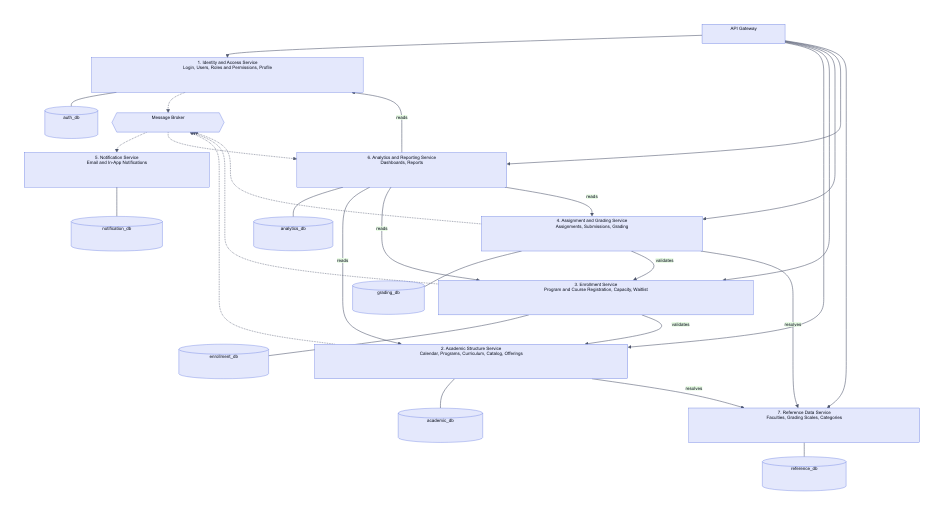
Earlier version of the Mermaid export docs/architecture/microservices-architecture.png (ESD-ONE/University-Course-Management-System). Its source is kept beside it as docs/architecture/microservices-architecture.mmd. The source it was exported from:
```mermaid
flowchart TB
    GW["API Gateway"]

    IAM["1. Identity and Access Service<br/>Login, Users, Roles and Permissions, Profile"]
    IAMDB[("auth_db")]
    IAM --- IAMDB

    ACAD["2. Academic Structure Service<br/>Calendar, Programs, Curriculum, Catalog, Offerings"]
    ACADDB[("academic_db")]
    ACAD --- ACADDB

    ENR["3. Enrollment Service<br/>Program and Course Registration, Capacity, Waitlist"]
    ENRDB[("enrollment_db")]
    ENR --- ENRDB

    GRADE["4. Assignment and Grading Service<br/>Assignments, Submissions, Grading"]
    GRADEDB[("grading_db")]
    GRADE --- GRADEDB

    NOTIF["5. Notification Service<br/>Email and In-App Notifications"]
    NOTIFDB[("notification_db")]
    NOTIF --- NOTIFDB

    ANALYTICS["6. Analytics and Reporting Service<br/>Dashboards, Reports"]
    ANALYTICSDB[("analytics_db")]
    ANALYTICS --- ANALYTICSDB

    REF["7. Reference Data Service<br/>Faculties, Grading Scales, Categories"]
    REFDB[("reference_db")]
    REF --- REFDB

    GW --> IAM
    GW --> ACAD
    GW --> ENR
    GW --> GRADE
    GW --> ANALYTICS
    GW --> REF

    ENR -->|validates| ACAD
    ACAD -->|resolves| REF
    GRADE -->|validates| ENR
    GRADE -->|resolves| REF

    MQ{{Message Broker}}
    ENR -.-> MQ
    GRADE -.-> MQ
    ACAD -.-> MQ
    IAM -.-> MQ
    MQ -.-> NOTIF
    MQ -.-> ANALYTICS

    ANALYTICS -->|reads| IAM
    ANALYTICS -->|reads| ACAD
    ANALYTICS -->|reads| ENR
    ANALYTICS -->|reads| GRADE
```
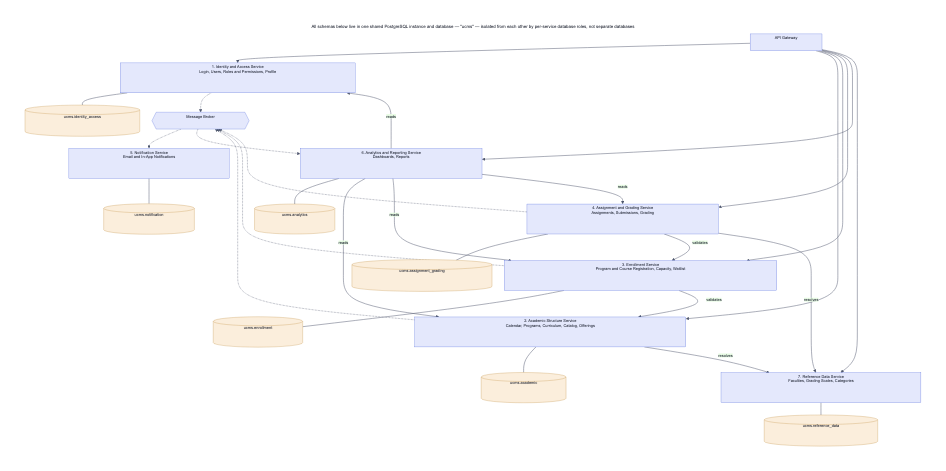
The same file after the commit.

What changed in the source:
```diff
@@ -1,33 +1,36 @@
+---
+title: All schemas below live in one shared PostgreSQL instance and database — "ucms" — isolated from each other by per-service database roles, not separate databases
+---
 flowchart TB
     GW["API Gateway"]
 
     IAM["1. Identity and Access Service<br/>Login, Users, Roles and Permissions, Profile"]
-    IAMDB[("auth_db")]
-    IAM --- IAMDB
+    IAMSCHEMA[("ucms.identity_access")]
+    IAM --- IAMSCHEMA
 
     ACAD["2. Academic Structure Service<br/>Calendar, Programs, Curriculum, Catalog, Offerings"]
-    ACADDB[("academic_db")]
-    ACAD --- ACADDB
+    ACADSCHEMA[("ucms.academic")]
+    ACAD --- ACADSCHEMA
 
     ENR["3. Enrollment Service<br/>Program and Course Registration, Capacity, Waitlist"]
-    ENRDB[("enrollment_db")]
-    ENR --- ENRDB
+    ENRSCHEMA[("ucms.enrollment")]
+    ENR --- ENRSCHEMA
 
     GRADE["4. Assignment and Grading Service<br/>Assignments, Submissions, Grading"]
-    GRADEDB[("grading_db")]
-    GRADE --- GRADEDB
+    GRADESCHEMA[("ucms.assignment_grading")]
+    GRADE --- GRADESCHEMA
 
     NOTIF["5. Notification Service<br/>Email and In-App Notifications"]
-    NOTIFDB[("notification_db")]
-    NOTIF --- NOTIFDB
+    NOTIFSCHEMA[("ucms.notification")]
+    NOTIF --- NOTIFSCHEMA
 
     ANALYTICS["6. Analytics and Reporting Service<br/>Dashboards, Reports"]
-    ANALYTICSDB[("analytics_db")]
-    ANALYTICS --- ANALYTICSDB
+    ANALYTICSSCHEMA[("ucms.analytics")]
+    ANALYTICS --- ANALYTICSSCHEMA
 
     REF["7. Reference Data Service<br/>Faculties, Grading Scales, Categories"]
-    REFDB[("reference_db")]
-    REF --- REFDB
+    REFSCHEMA[("ucms.reference_data")]
+    REF --- REFSCHEMA
 
     GW --> IAM
     GW --> ACAD
@@ -53,3 +56,6 @@
     ANALYTICS -->|reads| ACAD
     ANALYTICS -->|reads| ENR
     ANALYTICS -->|reads| GRADE
+
+    classDef schema fill:#FBEEDC,stroke:#B4791F,color:#161B29
+    class IAMSCHEMA,ACADSCHEMA,ENRSCHEMA,GRADESCHEMA,NOTIFSCHEMA,ANALYTICSSCHEMA,REFSCHEMA schema
```
